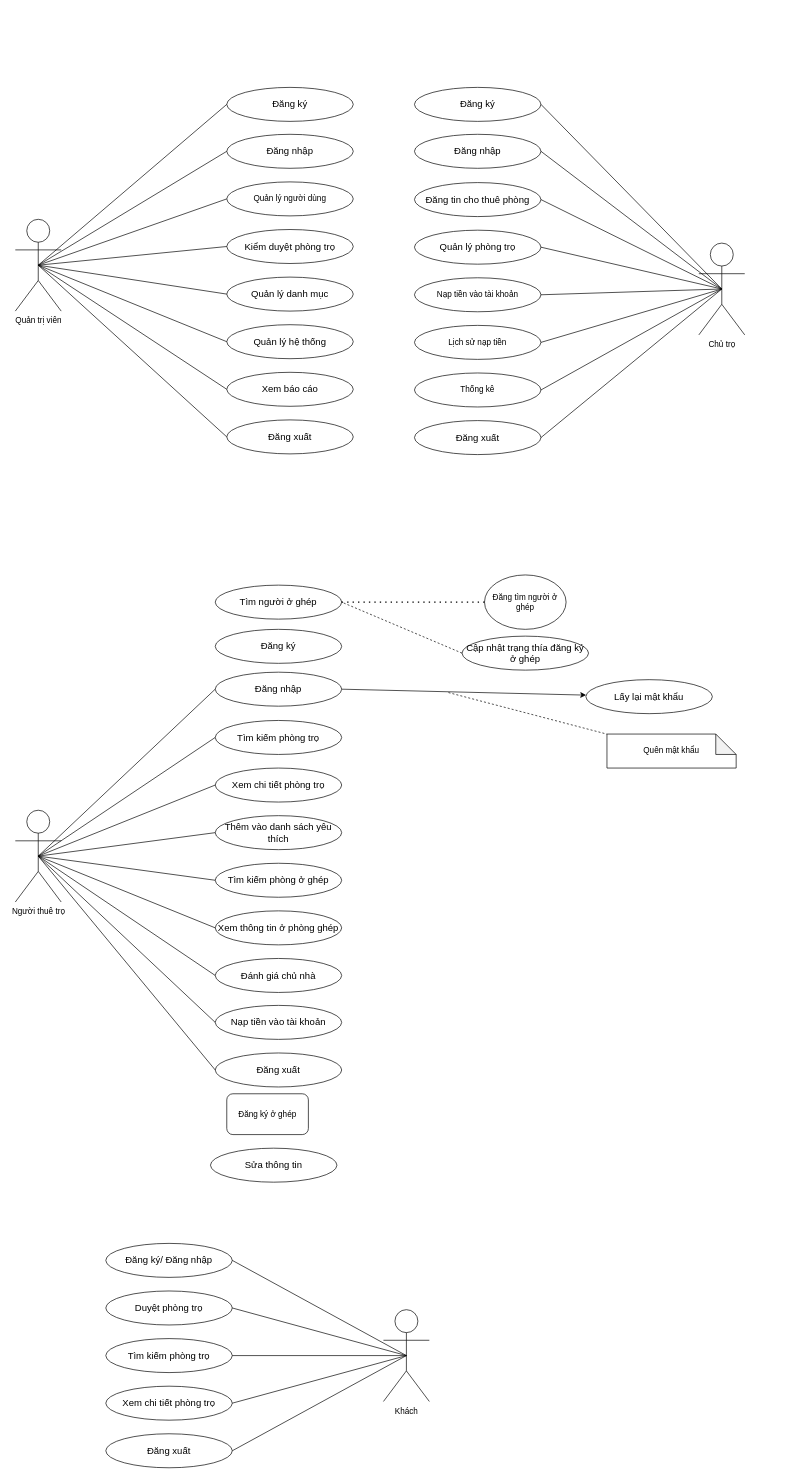
Above: Biểu đồ không có tiêu đề.drawio in thanhbinh0501/php3 (draw.io), before the change. Source tidied: cells renumbered, new cells numbered last; positions are measured from the earlier drawing's top-left corner, leaving out a move shared by most shapes. Both pictures are drawn from the tidied source at 68%, with x=0, y=0 at pixel (15, 87).
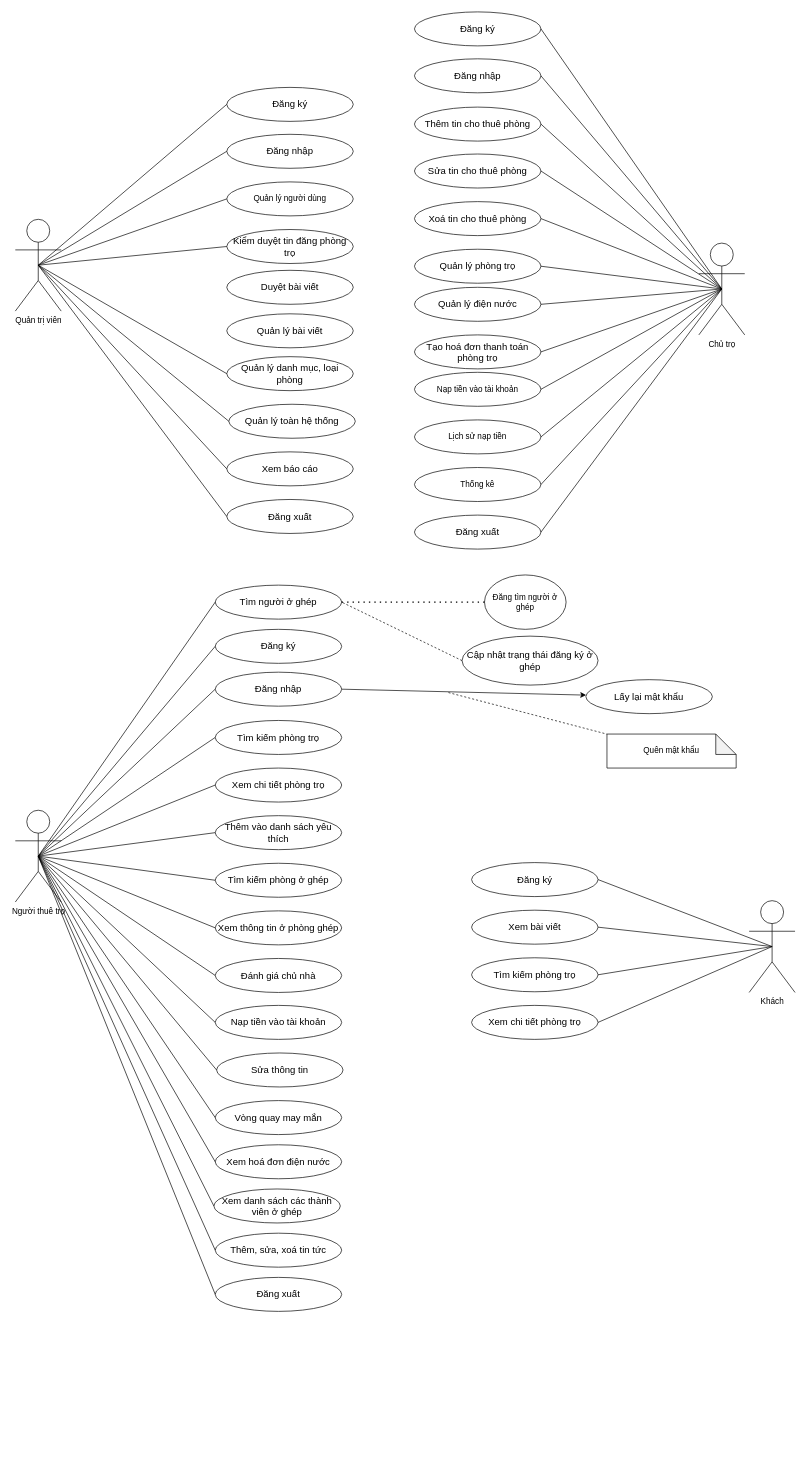
The same diagram, later.

Commit message:
Cập nhật Biểu đồ không có tiêu đề.drawio

The change refers to these unchanged cells:
```xml
<mxCell id="3" value="Chủ trọ" style="shape=umlActor;verticalLabelPosition=bottom;verticalAlign=top;html=1;outlineConnect=0;" parent="1" vertex="1">
  <mxGeometry x="1005.2" y="229" width="67.5" height="135" as="geometry" />
</mxCell>
<mxCell id="25" value="Người thuê trọ" style="shape=umlActor;verticalLabelPosition=bottom;verticalAlign=top;html=1;outlineConnect=0;" parent="1" vertex="1">
  <mxGeometry y="1063" width="67.5" height="135" as="geometry" />
</mxCell>
<mxCell id="63" value="&lt;span style=&quot;font-size: 14px;&quot;&gt;Tìm người ở ghép&lt;/span&gt;" style="ellipse;whiteSpace=wrap;html=1;" parent="1" vertex="1">
  <mxGeometry x="294" y="732" width="186" height="50" as="geometry" />
</mxCell>
<mxCell id="73" value="&lt;span style=&quot;font-size: 14px;&quot;&gt;Đăng ký&lt;/span&gt;" style="ellipse;whiteSpace=wrap;html=1;" parent="1" vertex="1">
  <mxGeometry x="294" y="797" width="186" height="50" as="geometry" />
</mxCell>
```

Diff of the diagram source:
```diff
@@
-    <mxCell id="5" value="&lt;font style=&quot;font-size: 14px;&quot;&gt;Quản lý hệ thống&lt;/font&gt;" style="ellipse;whiteSpace=wrap;html=1;" parent="1" vertex="1">
-      <mxGeometry x="311" y="349" width="186" height="50" as="geometry" />
+    <mxCell id="5" value="&lt;font style=&quot;font-size: 14px;&quot;&gt;Quản lý toàn hệ thống&lt;/font&gt;" style="ellipse;whiteSpace=wrap;html=1;" parent="1" vertex="1">
+      <mxGeometry x="314" y="466" width="186" height="50" as="geometry" />
     </mxCell>
@@
     <mxCell id="7" value="Nạp tiền vào tài khoản" style="ellipse;whiteSpace=wrap;html=1;" parent="1" vertex="1">
-      <mxGeometry x="587" y="280" width="186" height="50" as="geometry" />
+      <mxGeometry x="587" y="419" width="186" height="50" as="geometry" />
     </mxCell>
@@
-    <mxCell id="9" value="&lt;span style=&quot;font-size: 14px;&quot;&gt;Kiểm duyệt phòng trọ&lt;/span&gt;" style="ellipse;whiteSpace=wrap;html=1;" parent="1" vertex="1">
+    <mxCell id="9" value="&lt;span style=&quot;font-size: 14px;&quot;&gt;Kiểm duyệt tin đăng phòng trọ&lt;/span&gt;" style="ellipse;whiteSpace=wrap;html=1;" parent="1" vertex="1">
       <mxGeometry x="311" y="209" width="186" height="50" as="geometry" />
     </mxCell>
-    <mxCell id="10" value="&lt;span style=&quot;font-size: 14px;&quot;&gt;Đăng tin cho thuê phòng&lt;/span&gt;" style="ellipse;whiteSpace=wrap;html=1;" parent="1" vertex="1">
-      <mxGeometry x="587" y="140" width="186" height="50" as="geometry" />
+    <mxCell id="10" value="&lt;span style=&quot;font-size: 14px;&quot;&gt;Thêm tin cho thuê phòng&lt;/span&gt;" style="ellipse;whiteSpace=wrap;html=1;" parent="1" vertex="1">
+      <mxGeometry x="587" y="29" width="186" height="50" as="geometry" />
     </mxCell>
     <mxCell id="11" value="Thống kê" style="ellipse;whiteSpace=wrap;html=1;" parent="1" vertex="1">
-      <mxGeometry x="587" y="420" width="186" height="50" as="geometry" />
+      <mxGeometry x="587" y="559" width="186" height="50" as="geometry" />
     </mxCell>
-    <mxCell id="12" value="&lt;span style=&quot;font-size: 14px;&quot;&gt;Quản lý danh mục&lt;/span&gt;" style="ellipse;whiteSpace=wrap;html=1;" parent="1" vertex="1">
-      <mxGeometry x="311" y="279" width="186" height="50" as="geometry" />
+    <mxCell id="12" value="&lt;span style=&quot;font-size: 14px;&quot;&gt;Quản lý danh mục, loại phòng&lt;/span&gt;" style="ellipse;whiteSpace=wrap;html=1;" parent="1" vertex="1">
+      <mxGeometry x="311" y="396" width="186" height="50" as="geometry" />
     </mxCell>
     <mxCell id="13" value="&lt;span style=&quot;font-size: 14px;&quot;&gt;Xem báo cáo&lt;/span&gt;" style="ellipse;whiteSpace=wrap;html=1;" parent="1" vertex="1">
-      <mxGeometry x="311" y="419" width="186" height="50" as="geometry" />
+      <mxGeometry x="311" y="536" width="186" height="50" as="geometry" />
     </mxCell>
     <mxCell id="14" value="&lt;span style=&quot;font-size: 14px;&quot;&gt;Quản lý phòng trọ&lt;/span&gt;" style="ellipse;whiteSpace=wrap;html=1;" parent="1" vertex="1">
-      <mxGeometry x="587" y="210" width="186" height="50" as="geometry" />
+      <mxGeometry x="587" y="238" width="186" height="50" as="geometry" />
     </mxCell>
     <mxCell id="15" value="Lịch sử nạp tiền" style="ellipse;whiteSpace=wrap;html=1;" parent="1" vertex="1">
-      <mxGeometry x="587" y="350" width="186" height="50" as="geometry" />
+      <mxGeometry x="587" y="489" width="186" height="50" as="geometry" />
     </mxCell>
@@
     <mxCell id="17" value="&lt;span style=&quot;font-size: 14px;&quot;&gt;Tìm kiếm phòng trọ&lt;/span&gt;" style="ellipse;whiteSpace=wrap;html=1;" parent="1" vertex="1">
-      <mxGeometry x="133.1" y="1840" width="186" height="50" as="geometry" />
+      <mxGeometry x="671" y="1280" width="186" height="50" as="geometry" />
     </mxCell>
@@
-    <mxCell id="19" value="&lt;span style=&quot;font-size: 14px;&quot;&gt;Duyệt phòng trọ&lt;/span&gt;" style="ellipse;whiteSpace=wrap;html=1;" parent="1" vertex="1">
-      <mxGeometry x="133.1" y="1770" width="186" height="50" as="geometry" />
+    <mxCell id="19" value="&lt;span style=&quot;font-size: 14px;&quot;&gt;Xem bài viết&lt;/span&gt;" style="ellipse;whiteSpace=wrap;html=1;" parent="1" vertex="1">
+      <mxGeometry x="671" y="1210" width="186" height="50" as="geometry" />
     </mxCell>
@@
     <mxCell id="23" value="&lt;span style=&quot;font-size: 14px;&quot;&gt;Đăng xuất&lt;/span&gt;" style="ellipse;whiteSpace=wrap;html=1;" parent="1" vertex="1">
-      <mxGeometry x="311" y="489" width="186" height="50" as="geometry" />
+      <mxGeometry x="311" y="606" width="186" height="50" as="geometry" />
     </mxCell>
     <mxCell id="24" value="&lt;span style=&quot;font-size: 14px;&quot;&gt;Xem chi tiết phòng trọ&lt;/span&gt;" style="ellipse;whiteSpace=wrap;html=1;" parent="1" vertex="1">
-      <mxGeometry x="133.1" y="1910" width="186" height="50" as="geometry" />
+      <mxGeometry x="671" y="1350" width="186" height="50" as="geometry" />
     </mxCell>
@@
     <mxCell id="26" value="Khách" style="shape=umlActor;verticalLabelPosition=bottom;verticalAlign=top;html=1;outlineConnect=0;" parent="1" vertex="1">
-      <mxGeometry x="541.4" y="1797.5" width="67.5" height="135" as="geometry" />
+      <mxGeometry x="1079.2" y="1196" width="67.5" height="135" as="geometry" />
     </mxCell>
     <mxCell id="27" value="&lt;span style=&quot;font-size: 14px;&quot;&gt;Đăng xuất&lt;/span&gt;" style="ellipse;whiteSpace=wrap;html=1;" parent="1" vertex="1">
-      <mxGeometry x="587" y="490" width="186" height="50" as="geometry" />
+      <mxGeometry x="587" y="629" width="186" height="50" as="geometry" />
     </mxCell>
@@
     <mxCell id="41" value="&lt;span style=&quot;font-size: 14px;&quot;&gt;Đăng nhập&lt;/span&gt;" style="ellipse;whiteSpace=wrap;html=1;" parent="1" vertex="1">
-      <mxGeometry x="587" y="69" width="186" height="50" as="geometry" />
+      <mxGeometry x="587" y="-42" width="186" height="50" as="geometry" />
     </mxCell>
@@
-    <mxCell id="45" value="&lt;span style=&quot;font-size: 14px;&quot;&gt;Đăng ký/ Đăng nhập&lt;/span&gt;" style="ellipse;whiteSpace=wrap;html=1;" parent="1" vertex="1">
-      <mxGeometry x="133.1" y="1700" width="186" height="50" as="geometry" />
+    <mxCell id="45" value="&lt;span style=&quot;font-size: 14px;&quot;&gt;Đăng ký&lt;/span&gt;" style="ellipse;whiteSpace=wrap;html=1;" parent="1" vertex="1">
+      <mxGeometry x="671" y="1140" width="186" height="50" as="geometry" />
     </mxCell>
-    <mxCell id="46" value="&lt;span style=&quot;font-size: 14px;&quot;&gt;Đăng xuất&lt;/span&gt;" style="ellipse;whiteSpace=wrap;html=1;" parent="1" vertex="1">
-      <mxGeometry x="133.1" y="1980" width="186" height="50" as="geometry" />
-    </mxCell>
@@
-    <mxCell id="59" style="endArrow=none;html=1;rounded=0;exitX=1;exitY=0.5;exitDx=0;exitDy=0;entryX=0.5;entryY=0.5;entryDx=0;entryDy=0;entryPerimeter=0;" parent="1" edge="1" source="46" target="26">
-      <mxGeometry relative="1" as="geometry" />
-    </mxCell>
-    <mxCell id="60" value="&lt;span style=&quot;font-size: 14px;&quot;&gt;Đăng xuất&lt;/span&gt;" style="ellipse;whiteSpace=wrap;html=1;" parent="1" vertex="1">
-      <mxGeometry x="294" y="1420" width="186" height="50" as="geometry" />
+    <mxCell id="60" value="&lt;span style=&quot;font-size: 14px;&quot;&gt;Vòng quay may mắn&lt;/span&gt;" style="ellipse;whiteSpace=wrap;html=1;" parent="1" vertex="1">
+      <mxGeometry x="294" y="1490" width="186" height="50" as="geometry" />
     </mxCell>
@@
-    <mxCell id="62" value="Đăng ký ở ghép" style="rounded=1;whiteSpace=wrap;html=1;" parent="1" vertex="1">
-      <mxGeometry x="311" y="1480" width="120" height="60" as="geometry" />
-    </mxCell>
@@
-    <mxCell id="66" value="&lt;span style=&quot;font-size: 14px;&quot;&gt;Cập nhật trạng thía đăng ký ở ghép&lt;/span&gt;" style="ellipse;whiteSpace=wrap;html=1;" parent="1" vertex="1">
-      <mxGeometry x="657" y="807" width="186" height="50" as="geometry" />
+    <mxCell id="66" value="&lt;span style=&quot;font-size: 14px;&quot;&gt;Cập nhật trạng thái đăng ký ở ghép&lt;/span&gt;" style="ellipse;whiteSpace=wrap;html=1;" parent="1" vertex="1">
+      <mxGeometry x="657" y="807" width="200" height="72" as="geometry" />
     </mxCell>
@@
     <mxCell id="74" value="&lt;span style=&quot;font-size: 14px;&quot;&gt;Sửa thông tin&lt;/span&gt;" style="ellipse;whiteSpace=wrap;html=1;" parent="1" vertex="1">
-      <mxGeometry x="287" y="1560" width="186" height="50" as="geometry" />
+      <mxGeometry x="296" y="1420" width="186" height="50" as="geometry" />
     </mxCell>
@@
     <mxCell id="76" value="&lt;span style=&quot;font-size: 14px;&quot;&gt;Đăng ký&lt;/span&gt;" style="ellipse;whiteSpace=wrap;html=1;" parent="1" vertex="1">
-      <mxGeometry x="587" width="186" height="50" as="geometry" />
+      <mxGeometry x="587" y="-111" width="186" height="50" as="geometry" />
     </mxCell>
@@
+    <mxCell id="79" style="endArrow=none;html=1;rounded=0;entryX=0;entryY=0.5;entryDx=0;entryDy=0;exitX=0.5;exitY=0.5;exitDx=0;exitDy=0;exitPerimeter=0;" parent="1" edge="1" source="25" target="63">
+      <mxGeometry relative="1" as="geometry" />
+    </mxCell>
+    <mxCell id="80" style="endArrow=none;html=1;rounded=0;exitX=0.5;exitY=0.5;exitDx=0;exitDy=0;exitPerimeter=0;entryX=0;entryY=0.5;entryDx=0;entryDy=0;" parent="1" edge="1" source="25" target="73">
+      <mxGeometry relative="1" as="geometry" />
+    </mxCell>
+    <mxCell id="81" style="endArrow=none;html=1;rounded=0;exitX=0.5;exitY=0.5;exitDx=0;exitDy=0;exitPerimeter=0;entryX=0;entryY=0.5;entryDx=0;entryDy=0;" parent="1" edge="1" source="25" target="74">
+      <mxGeometry relative="1" as="geometry" />
+    </mxCell>
+    <mxCell id="82" value="&lt;span style=&quot;font-size: 14px;&quot;&gt;Xem hoá đơn điện nước&lt;/span&gt;" style="ellipse;whiteSpace=wrap;html=1;" parent="1" vertex="1">
+      <mxGeometry x="294" y="1555" width="186" height="50" as="geometry" />
+    </mxCell>
+    <mxCell id="83" value="&lt;span style=&quot;font-size: 14px;&quot;&gt;Xem danh sách các thành viên ở ghép&lt;/span&gt;" style="ellipse;whiteSpace=wrap;html=1;" parent="1" vertex="1">
+      <mxGeometry x="292" y="1620" width="186" height="50" as="geometry" />
+    </mxCell>
+    <mxCell id="84" value="&lt;span style=&quot;font-size: 14px;&quot;&gt;Thêm, sửa, xoá tin tức&lt;/span&gt;" style="ellipse;whiteSpace=wrap;html=1;" parent="1" vertex="1">
+      <mxGeometry x="294" y="1685" width="186" height="50" as="geometry" />
+    </mxCell>
+    <mxCell id="46" value="&lt;span style=&quot;font-size: 14px;&quot;&gt;Đăng xuất&lt;/span&gt;" style="ellipse;whiteSpace=wrap;html=1;" parent="1" vertex="1">
+      <mxGeometry x="294" y="1750" width="186" height="50" as="geometry" />
+    </mxCell>
+    <mxCell id="85" style="endArrow=none;html=1;rounded=0;exitX=0.5;exitY=0.5;exitDx=0;exitDy=0;exitPerimeter=0;entryX=0;entryY=0.5;entryDx=0;entryDy=0;" parent="1" edge="1" source="25" target="82">
+      <mxGeometry relative="1" as="geometry" />
+    </mxCell>
+    <mxCell id="86" value="&lt;span style=&quot;font-size: 14px;&quot;&gt;Sửa tin cho thuê phòng&lt;/span&gt;" style="ellipse;whiteSpace=wrap;html=1;" parent="1" vertex="1">
+      <mxGeometry x="587" y="98" width="186" height="50" as="geometry" />
+    </mxCell>
+    <mxCell id="87" value="&lt;span style=&quot;font-size: 14px;&quot;&gt;Xoá tin cho thuê phòng&lt;/span&gt;" style="ellipse;whiteSpace=wrap;html=1;" parent="1" vertex="1">
+      <mxGeometry x="587" y="168" width="186" height="50" as="geometry" />
+    </mxCell>
+    <mxCell id="88" style="endArrow=none;html=1;rounded=0;exitX=0.5;exitY=0.5;exitDx=0;exitDy=0;exitPerimeter=0;entryX=0;entryY=0.5;entryDx=0;entryDy=0;" parent="1" edge="1" source="25" target="83">
+      <mxGeometry relative="1" as="geometry" />
+    </mxCell>
+    <mxCell id="89" style="endArrow=none;html=1;rounded=0;exitX=0.5;exitY=0.5;exitDx=0;exitDy=0;exitPerimeter=0;entryX=0;entryY=0.5;entryDx=0;entryDy=0;" parent="1" edge="1" source="25" target="84">
+      <mxGeometry relative="1" as="geometry" />
+    </mxCell>
+    <mxCell id="90" style="endArrow=none;html=1;rounded=0;exitX=0.5;exitY=0.5;exitDx=0;exitDy=0;exitPerimeter=0;entryX=0;entryY=0.5;entryDx=0;entryDy=0;" parent="1" edge="1" source="25" target="46">
+      <mxGeometry relative="1" as="geometry" />
+    </mxCell>
+    <mxCell id="91" style="endArrow=none;html=1;rounded=0;exitX=0.5;exitY=0.5;exitDx=0;exitDy=0;exitPerimeter=0;entryX=1;entryY=0.5;entryDx=0;entryDy=0;" parent="1" edge="1" source="3" target="86">
+      <mxGeometry relative="1" as="geometry" />
+    </mxCell>
+    <mxCell id="92" style="endArrow=none;html=1;rounded=0;exitX=0.5;exitY=0.5;exitDx=0;exitDy=0;exitPerimeter=0;entryX=1;entryY=0.5;entryDx=0;entryDy=0;" parent="1" edge="1" source="3" target="87">
+      <mxGeometry relative="1" as="geometry" />
+    </mxCell>
+    <mxCell id="93" value="&lt;span style=&quot;font-size: 14px;&quot;&gt;Tạo hoá đơn thanh toán phòng trọ&lt;/span&gt;" style="ellipse;whiteSpace=wrap;html=1;" parent="1" vertex="1">
+      <mxGeometry x="587" y="364" width="186" height="50" as="geometry" />
+    </mxCell>
+    <mxCell id="94" value="&lt;span style=&quot;font-size: 14px;&quot;&gt;Quản lý điện nước&lt;/span&gt;" style="ellipse;whiteSpace=wrap;html=1;" parent="1" vertex="1">
+      <mxGeometry x="587" y="294" width="186" height="50" as="geometry" />
+    </mxCell>
+    <mxCell id="95" style="endArrow=none;html=1;rounded=0;exitX=0.5;exitY=0.5;exitDx=0;exitDy=0;exitPerimeter=0;entryX=1;entryY=0.5;entryDx=0;entryDy=0;" parent="1" edge="1" source="3" target="94">
+      <mxGeometry relative="1" as="geometry" />
+    </mxCell>
+    <mxCell id="96" style="endArrow=none;html=1;rounded=0;exitX=0.5;exitY=0.5;exitDx=0;exitDy=0;exitPerimeter=0;entryX=1;entryY=0.5;entryDx=0;entryDy=0;" parent="1" edge="1" source="3" target="93">
+      <mxGeometry relative="1" as="geometry" />
+    </mxCell>
+    <mxCell id="97" value="&lt;span style=&quot;font-size: 14px;&quot;&gt;Duyệt bài viết&lt;/span&gt;" style="ellipse;whiteSpace=wrap;html=1;" parent="1" vertex="1">
+      <mxGeometry x="311" y="269" width="186" height="50" as="geometry" />
+    </mxCell>
+    <mxCell id="98" value="&lt;span style=&quot;font-size: 14px;&quot;&gt;Quản lý bài viết&lt;/span&gt;" style="ellipse;whiteSpace=wrap;html=1;" parent="1" vertex="1">
+      <mxGeometry x="311" y="333" width="186" height="50" as="geometry" />
+    </mxCell>
```
